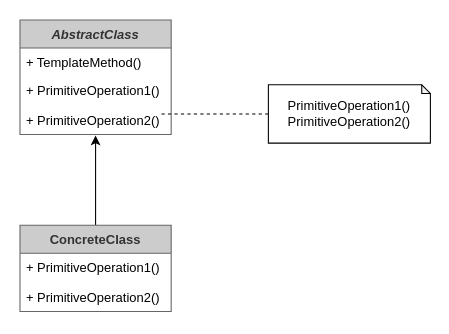
mazhongbin/designpattern keeps this draw.io diagram as UML/DP12TemplateMethod.drawio. Above is the earlier version. Source tidied: cells renumbered, new cells numbered last; positions are measured from the earlier drawing's top-left corner, leaving out a move shared by most shapes. Both pictures are drawn from the tidied source at 108%, with x=0, y=0 at pixel (19, 19).
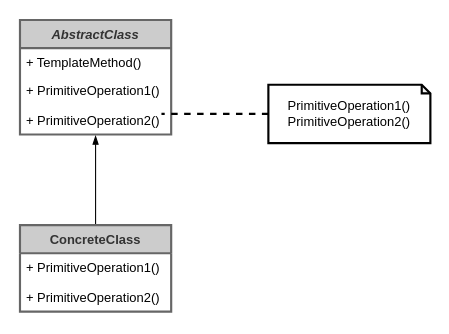
The same diagram, later.

Diff of the diagram source:
```diff
@@
 <mxGraphModel>
   <root>
     <mxCell id="0" />
     <mxCell id="1" parent="0" />
-    <mxCell id="2" value="AbstractClass" style="swimlane;fontStyle=3;horizontal=1;startSize=26;fillColor=#CCCCCC;strokeColor=#666666;fontColor=#333333;" parent="1" vertex="1">
+    <mxCell id="2" value="AbstractClass" style="swimlane;fontStyle=3;horizontal=1;startSize=26;fillColor=#CCCCCC;strokeColor=#666666;fontColor=#333333;strokeWidth=2;" parent="1" vertex="1">
       <mxGeometry width="140" height="106" as="geometry" />
     </mxCell>
     <mxCell id="3" value="+ TemplateMethod()" style="text;strokeColor=none;fillColor=none;align=left;verticalAlign=top;spacingLeft=4;spacingRight=4;overflow=hidden;" parent="2" vertex="1">
       <mxGeometry y="26" width="140" height="26" as="geometry" />
     </mxCell>
     <mxCell id="4" value="+ PrimitiveOperation1()" style="text;strokeColor=none;fillColor=none;align=left;verticalAlign=top;spacingLeft=4;spacingRight=4;overflow=hidden;" parent="2" vertex="1">
       <mxGeometry y="52" width="140" height="28" as="geometry" />
     </mxCell>
     <mxCell id="5" value="+ PrimitiveOperation2()" style="text;strokeColor=none;fillColor=none;align=left;verticalAlign=top;spacingLeft=4;spacingRight=4;overflow=hidden;points=[[0,0.5],[1,0.5]];portConstraint=eastwest;" parent="2" vertex="1">
       <mxGeometry y="80" width="140" height="26" as="geometry" />
     </mxCell>
-    <mxCell id="6" style="edgeStyle=orthogonalEdgeStyle;rounded=0;jettySize=auto;html=1;entryX=0.5;entryY=1.038;entryDx=0;entryDy=0;entryPerimeter=0;" parent="1" edge="1" source="7" target="5">
+    <mxCell id="6" style="edgeStyle=orthogonalEdgeStyle;rounded=0;jettySize=auto;html=1;entryX=0.5;entryY=1.038;entryDx=0;entryDy=0;entryPerimeter=0;strokeWidth=1;endArrow=blockThin;endFill=1;" parent="1" edge="1" source="7" target="5">
       <mxGeometry relative="1" as="geometry">
         <Array as="points">
           <mxPoint x="70" y="130" />
           <mxPoint x="70" y="130" />
         </Array>
       </mxGeometry>
     </mxCell>
-    <mxCell id="7" value="ConcreteClass" style="swimlane;fontStyle=1;horizontal=1;startSize=26;fillColor=#CCCCCC;strokeColor=#666666;fontColor=#333333;" parent="1" vertex="1">
+    <mxCell id="7" value="ConcreteClass" style="swimlane;fontStyle=1;horizontal=1;startSize=26;fillColor=#CCCCCC;strokeColor=#666666;fontColor=#333333;strokeWidth=2;" parent="1" vertex="1">
       <mxGeometry y="190" width="140" height="80" as="geometry" />
     </mxCell>
     <mxCell id="8" value="+ PrimitiveOperation1()" style="text;strokeColor=none;fillColor=none;align=left;verticalAlign=top;spacingLeft=4;spacingRight=4;overflow=hidden;" parent="7" vertex="1">
       <mxGeometry y="26" width="140" height="28" as="geometry" />
     </mxCell>
     <mxCell id="9" value="+ PrimitiveOperation2()" style="text;strokeColor=none;fillColor=none;align=left;verticalAlign=top;spacingLeft=4;spacingRight=4;overflow=hidden;" parent="7" vertex="1">
       <mxGeometry y="54" width="140" height="26" as="geometry" />
     </mxCell>
-    <mxCell id="10" style="edgeStyle=orthogonalEdgeStyle;rounded=0;jettySize=auto;html=1;entryX=1;entryY=0.269;entryDx=0;entryDy=0;entryPerimeter=0;exitX=0;exitY=0.5;exitDx=0;exitDy=0;exitPerimeter=0;endArrow=none;endFill=0;dashed=1;" parent="1" edge="1" source="11">
+    <mxCell id="10" style="edgeStyle=orthogonalEdgeStyle;rounded=0;jettySize=auto;html=1;entryX=1;entryY=0.269;entryDx=0;entryDy=0;entryPerimeter=0;exitX=0;exitY=0.5;exitDx=0;exitDy=0;exitPerimeter=0;endArrow=none;endFill=0;dashed=1;strokeWidth=2;" parent="1" edge="1" source="11">
       <mxGeometry relative="1" as="geometry">
         <mxPoint x="131" y="87" as="targetPoint" />
       </mxGeometry>
     </mxCell>
-    <mxCell id="11" value="PrimitiveOperation1()&lt;br&gt;PrimitiveOperation2()&lt;br&gt;" style="shape=note;whiteSpace=wrap;html=1;backgroundOutline=1;darkOpacity=0.05;size=8;" parent="1" vertex="1">
+    <mxCell id="11" value="PrimitiveOperation1()&lt;br&gt;PrimitiveOperation2()&lt;br&gt;" style="shape=note;whiteSpace=wrap;html=1;backgroundOutline=1;darkOpacity=0.05;size=8;strokeWidth=2;" parent="1" vertex="1">
       <mxGeometry x="230" y="60" width="150" height="54" as="geometry" />
     </mxCell>
   </root>
 </mxGraphModel>
```
